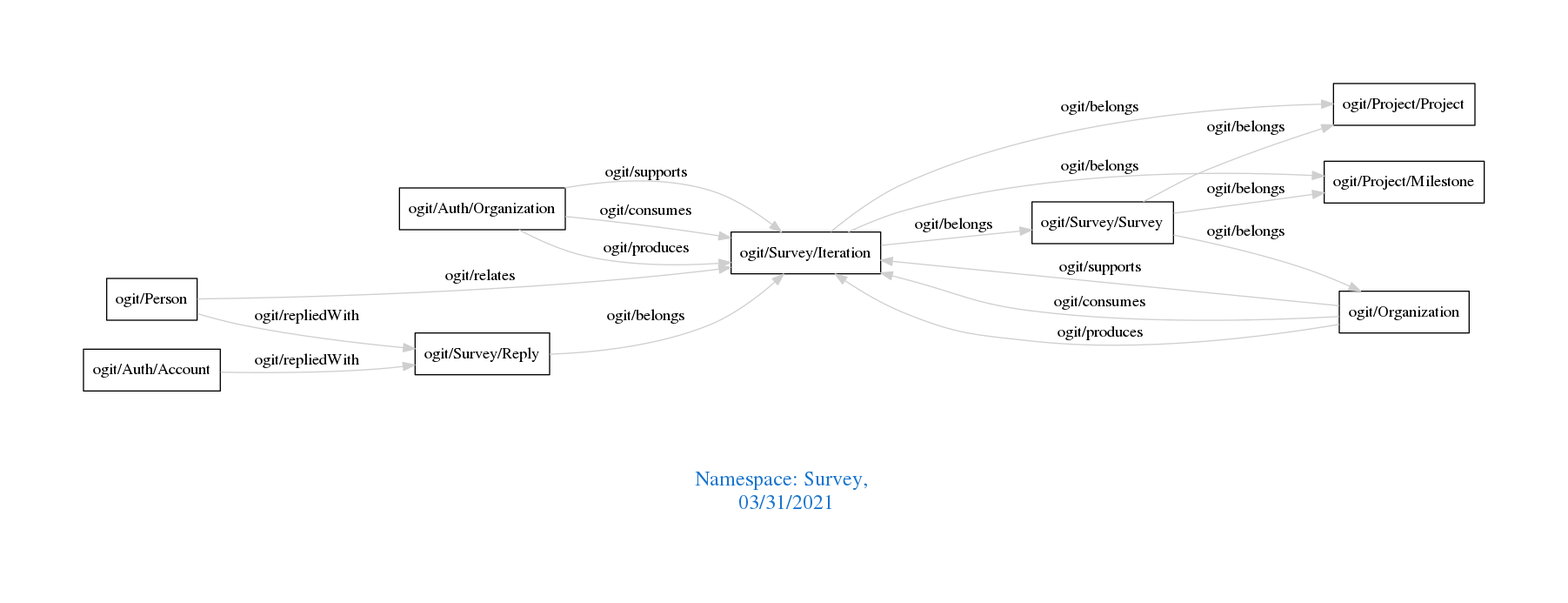
This is downloads/Survey.png from arago/OGIT, a Graphviz export, as it was before one commit. Its source is kept beside it as downloads/Survey.dot.
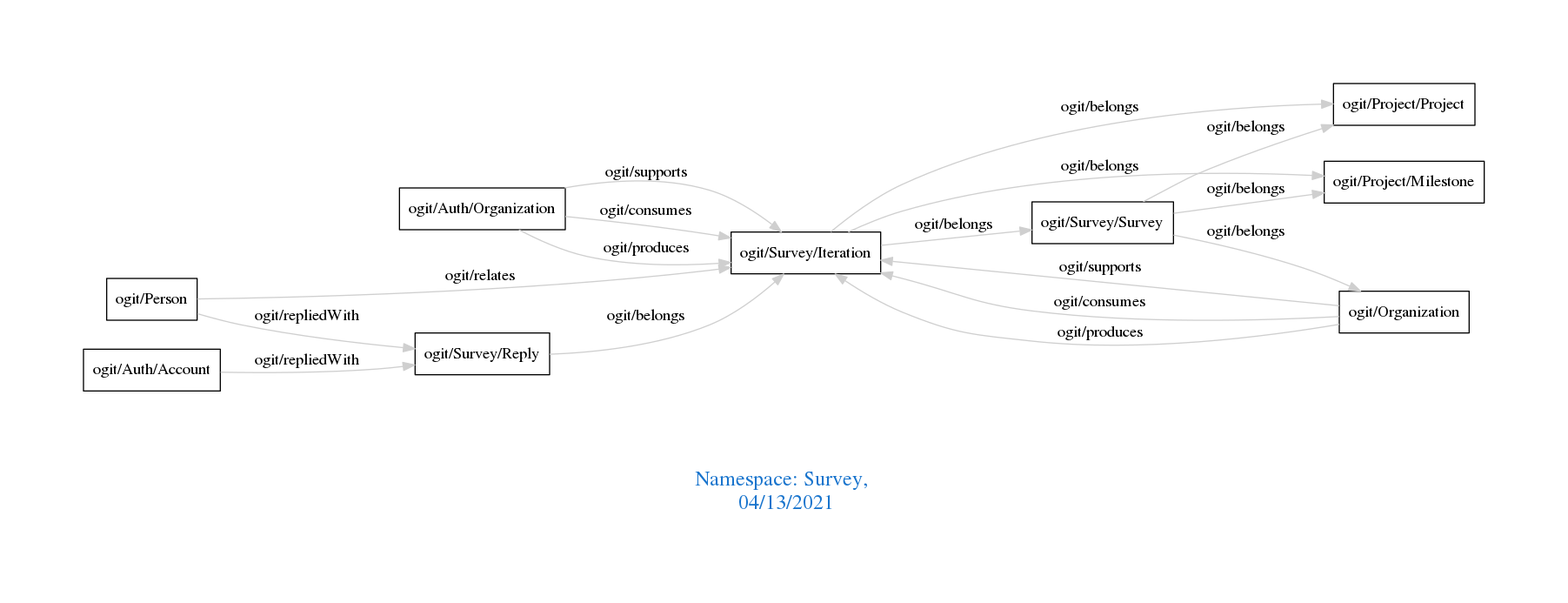
The same diagram one commit later.

Change to the diagram source:
```diff
@@ -1,7 +1,7 @@
 digraph OGIT_ontology {
  graph [ rankdir= LR,pad=1
 fontsize = 18,
-fontcolor= dodgerblue3,label = "\n\n\nNamespace: Survey, \n 03/31/2021"];
+fontcolor= dodgerblue3,label = "\n\n\nNamespace: Survey, \n 04/13/2021"];
 node[shape=polygon];
 edge [  color="gray81"];
 
```
